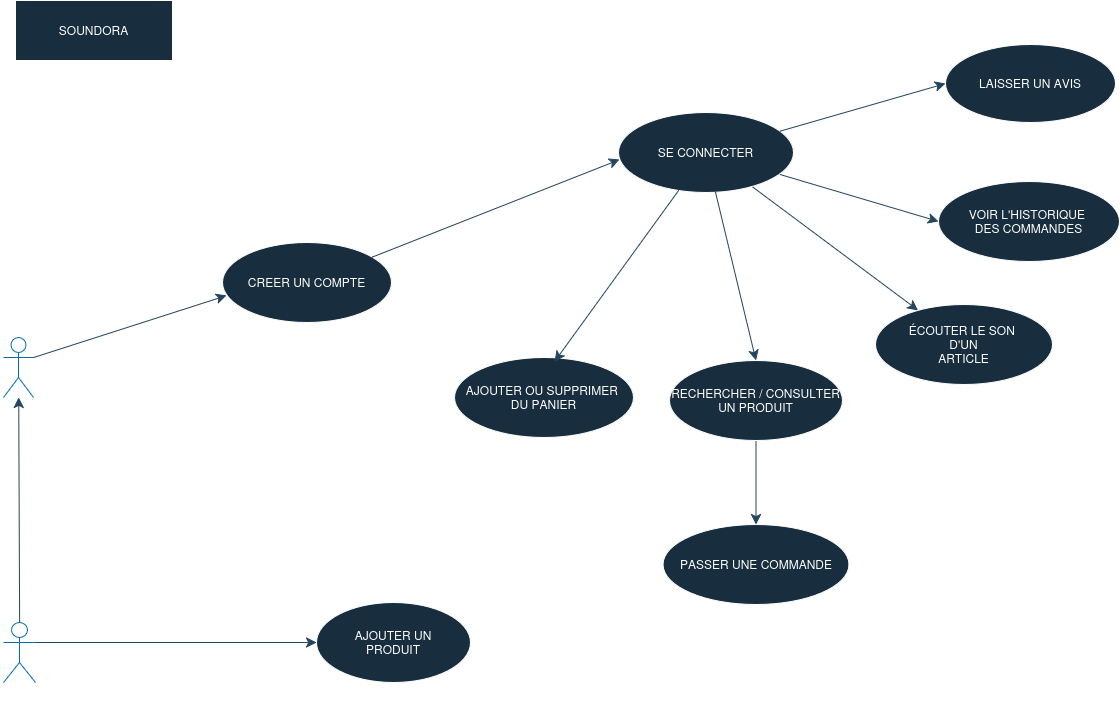
The draw.io diagram useCase SOUNDORA.drawio.png in Bast8313/soundora, before a commit. Source tidied: cells renumbered, new cells last; positions are measured from the earlier drawing's top-left corner, leaving out a move shared by most shapes.
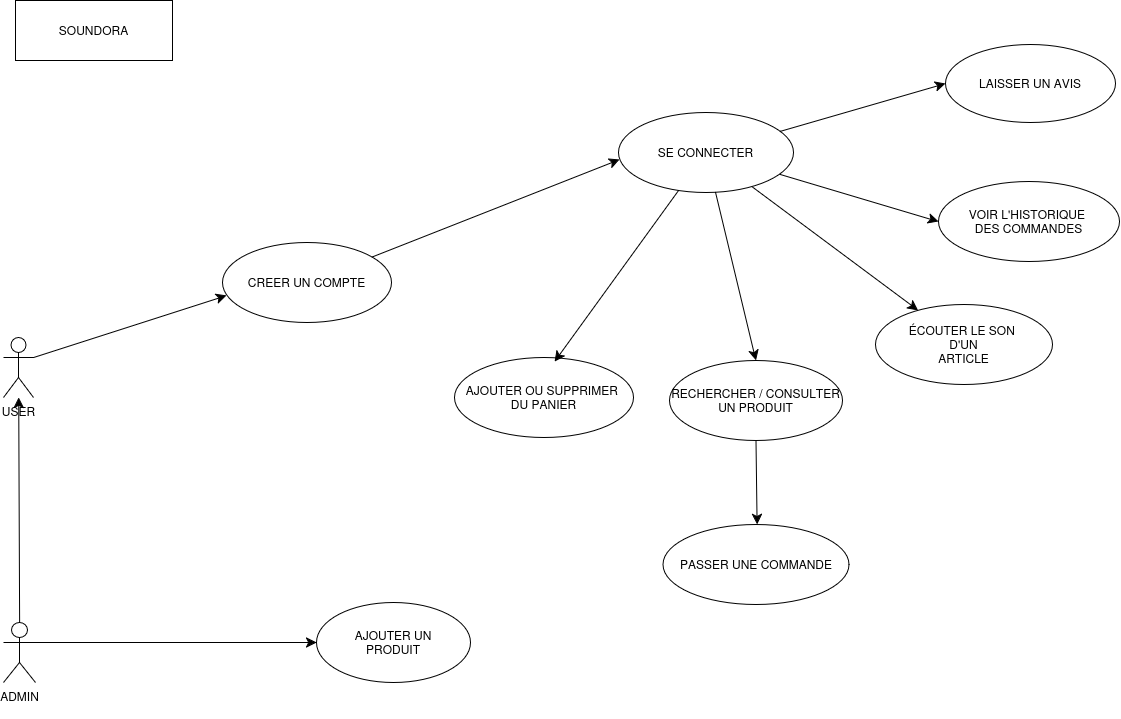
Above is the later version.

Commit message:
Mettre à jour useCase SOUNDORA.drawio.png

The edit, as a diff of the source:
```diff
@@ -2,82 +2,82 @@
   <root>
     <mxCell id="0" />
     <mxCell id="1" parent="0" />
-    <mxCell id="2" style="edgeStyle=none;curved=1;rounded=0;jettySize=auto;html=1;entryX=0.024;entryY=0.663;entryDx=0;entryDy=0;fontSize=12;startSize=8;endSize=8;entryPerimeter=0;exitX=1;exitY=0.3333333333333333;exitDx=0;exitDy=0;exitPerimeter=0;labelBackgroundColor=none;strokeColor=#23445D;fontColor=default;" parent="1" edge="1" source="3" target="5">
+    <mxCell id="2" style="edgeStyle=none;curved=1;rounded=0;jettySize=auto;html=1;entryX=0.024;entryY=0.663;entryDx=0;entryDy=0;fontSize=12;startSize=8;endSize=8;entryPerimeter=0;exitX=1;exitY=0.3333333333333333;exitDx=0;exitDy=0;exitPerimeter=0;labelBackgroundColor=none;fontColor=default;" parent="1" edge="1" source="3" target="5">
       <mxGeometry relative="1" as="geometry" />
     </mxCell>
-    <mxCell id="3" value="&lt;span&gt;USER&lt;/span&gt;" style="shape=umlActor;verticalLabelPosition=bottom;verticalAlign=top;html=1;outlineConnect=0;labelBackgroundColor=none;fillColor=none;strokeColor=#006EAF;fontColor=#ffffff;" parent="1" vertex="1">
+    <mxCell id="3" value="&lt;span&gt;USER&lt;/span&gt;" style="shape=umlActor;verticalLabelPosition=bottom;verticalAlign=top;html=1;outlineConnect=0;labelBackgroundColor=none;fillColor=none;" parent="1" vertex="1">
       <mxGeometry y="337" width="30" height="60" as="geometry" />
     </mxCell>
-    <mxCell id="4" value="&lt;div&gt;LAISSER UN AVIS&lt;/div&gt;" style="ellipse;whiteSpace=wrap;html=1;labelBackgroundColor=none;fillColor=#182E3E;strokeColor=#FFFFFF;fontColor=#FFFFFF;" parent="1" vertex="1">
+    <mxCell id="4" value="&lt;div&gt;LAISSER UN AVIS&lt;/div&gt;" style="ellipse;whiteSpace=wrap;html=1;labelBackgroundColor=none;" parent="1" vertex="1">
       <mxGeometry x="942" y="44" width="170" height="78" as="geometry" />
     </mxCell>
-    <mxCell id="5" value="CREER UN COMPTE" style="ellipse;whiteSpace=wrap;html=1;labelBackgroundColor=none;fillColor=#182E3E;strokeColor=#FFFFFF;fontColor=#FFFFFF;" parent="1" vertex="1">
+    <mxCell id="5" value="CREER UN COMPTE" style="ellipse;whiteSpace=wrap;html=1;labelBackgroundColor=none;" parent="1" vertex="1">
       <mxGeometry x="219" y="242" width="169" height="80" as="geometry" />
     </mxCell>
-    <mxCell id="6" style="edgeStyle=none;curved=1;rounded=0;jettySize=auto;html=1;fontSize=12;startSize=8;endSize=8;entryX=0;entryY=0.5;entryDx=0;entryDy=0;labelBackgroundColor=none;strokeColor=#23445D;fontColor=default;" parent="1" edge="1" source="8" target="16">
+    <mxCell id="6" style="edgeStyle=none;curved=1;rounded=0;jettySize=auto;html=1;fontSize=12;startSize=8;endSize=8;entryX=0;entryY=0.5;entryDx=0;entryDy=0;labelBackgroundColor=none;fontColor=default;" parent="1" edge="1" source="8" target="16">
       <mxGeometry relative="1" as="geometry" />
     </mxCell>
-    <mxCell id="7" style="edgeStyle=none;curved=1;rounded=0;jettySize=auto;html=1;strokeColor=#23445D;fontSize=12;startSize=8;endSize=8;" parent="1" edge="1" source="8" target="26">
+    <mxCell id="7" style="edgeStyle=none;curved=1;rounded=0;jettySize=auto;html=1;fontSize=12;startSize=8;endSize=8;labelBackgroundColor=none;fontColor=default;" parent="1" edge="1" source="8" target="26">
       <mxGeometry relative="1" as="geometry" />
     </mxCell>
-    <mxCell id="8" value="SE CONNECTER" style="ellipse;whiteSpace=wrap;html=1;labelBackgroundColor=none;fillColor=#182E3E;strokeColor=#FFFFFF;fontColor=#FFFFFF;" parent="1" vertex="1">
+    <mxCell id="8" value="SE CONNECTER" style="ellipse;whiteSpace=wrap;html=1;labelBackgroundColor=none;" parent="1" vertex="1">
       <mxGeometry x="615" y="112" width="175" height="80" as="geometry" />
     </mxCell>
-    <mxCell id="9" style="edgeStyle=none;curved=1;rounded=0;jettySize=auto;html=1;fontSize=12;startSize=8;endSize=8;exitX=0.5;exitY=1;exitDx=0;exitDy=0;labelBackgroundColor=none;strokeColor=#23445D;fontColor=default;" parent="1" edge="1" source="10" target="15">
+    <mxCell id="9" style="edgeStyle=none;curved=1;rounded=0;jettySize=auto;html=1;fontSize=12;startSize=8;endSize=8;exitX=0.5;exitY=1;exitDx=0;exitDy=0;labelBackgroundColor=none;fontColor=default;" parent="1" edge="1" source="10" target="15">
       <mxGeometry relative="1" as="geometry" />
     </mxCell>
-    <mxCell id="10" value="RECHERCHER / CONSULTER UN PRODUIT" style="ellipse;whiteSpace=wrap;html=1;labelBackgroundColor=none;fillColor=#182E3E;strokeColor=#FFFFFF;fontColor=#FFFFFF;" parent="1" vertex="1">
+    <mxCell id="10" value="RECHERCHER / CONSULTER UN PRODUIT" style="ellipse;whiteSpace=wrap;html=1;labelBackgroundColor=none;" parent="1" vertex="1">
       <mxGeometry x="666" y="360" width="173" height="80" as="geometry" />
     </mxCell>
-    <mxCell id="11" style="edgeStyle=none;curved=1;rounded=0;orthogonalLoop=1;jettySize=auto;html=1;exitX=0;exitY=0.5;exitDx=0;exitDy=0;fontSize=12;startSize=8;endSize=8;labelBackgroundColor=none;strokeColor=#23445D;fontColor=default;" parent="1" edge="1" source="8" target="8">
+    <mxCell id="11" style="edgeStyle=none;curved=1;rounded=0;orthogonalLoop=1;jettySize=auto;html=1;exitX=0;exitY=0.5;exitDx=0;exitDy=0;fontSize=12;startSize=8;endSize=8;labelBackgroundColor=none;fontColor=default;" parent="1" edge="1" source="8" target="8">
       <mxGeometry relative="1" as="geometry" />
     </mxCell>
-    <mxCell id="12" style="edgeStyle=none;curved=1;rounded=0;orthogonalLoop=1;jettySize=auto;html=1;exitX=0;exitY=0.5;exitDx=0;exitDy=0;fontSize=12;startSize=8;endSize=8;labelBackgroundColor=none;strokeColor=#23445D;fontColor=default;" parent="1" edge="1" source="8" target="8">
+    <mxCell id="12" style="edgeStyle=none;curved=1;rounded=0;orthogonalLoop=1;jettySize=auto;html=1;exitX=0;exitY=0.5;exitDx=0;exitDy=0;fontSize=12;startSize=8;endSize=8;labelBackgroundColor=none;fontColor=default;" parent="1" edge="1" source="8" target="8">
       <mxGeometry relative="1" as="geometry" />
     </mxCell>
-    <mxCell id="13" style="edgeStyle=none;curved=1;rounded=0;orthogonalLoop=1;jettySize=auto;html=1;exitX=1;exitY=0.5;exitDx=0;exitDy=0;fontSize=12;startSize=8;endSize=8;labelBackgroundColor=none;strokeColor=#23445D;fontColor=default;" parent="1" edge="1">
+    <mxCell id="13" style="edgeStyle=none;curved=1;rounded=0;orthogonalLoop=1;jettySize=auto;html=1;exitX=1;exitY=0.5;exitDx=0;exitDy=0;fontSize=12;startSize=8;endSize=8;labelBackgroundColor=none;fontColor=default;" parent="1" edge="1">
       <mxGeometry relative="1" as="geometry">
         <mxPoint x="814" y="357" as="sourcePoint" />
         <mxPoint x="814" y="357" as="targetPoint" />
       </mxGeometry>
     </mxCell>
-    <mxCell id="14" value="&lt;div&gt;AJOUTER OU SUPPRIMER&amp;nbsp;&lt;/div&gt;&lt;div&gt;DU PANIER&lt;/div&gt;" style="ellipse;whiteSpace=wrap;html=1;labelBackgroundColor=none;fillColor=#182E3E;strokeColor=#FFFFFF;fontColor=#FFFFFF;" parent="1" vertex="1">
+    <mxCell id="14" value="&lt;div&gt;AJOUTER OU SUPPRIMER&amp;nbsp;&lt;/div&gt;&lt;div&gt;DU PANIER&lt;/div&gt;" style="ellipse;whiteSpace=wrap;html=1;labelBackgroundColor=none;" parent="1" vertex="1">
       <mxGeometry x="451" y="357" width="179" height="80" as="geometry" />
     </mxCell>
-    <mxCell id="15" value="PASSER UNE COMMANDE" style="ellipse;whiteSpace=wrap;html=1;labelBackgroundColor=none;fillColor=#182E3E;strokeColor=#FFFFFF;fontColor=#FFFFFF;" parent="1" vertex="1">
+    <mxCell id="15" value="PASSER UNE COMMANDE" style="ellipse;whiteSpace=wrap;html=1;labelBackgroundColor=none;" parent="1" vertex="1">
       <mxGeometry x="659.5" y="524" width="186" height="80" as="geometry" />
     </mxCell>
-    <mxCell id="16" value="&lt;div&gt;VOIR L'HISTORIQUE&amp;nbsp;&lt;/div&gt;&lt;div&gt;DES COMMANDES&lt;/div&gt;" style="ellipse;whiteSpace=wrap;html=1;labelBackgroundColor=none;fillColor=#182E3E;strokeColor=#FFFFFF;fontColor=#FFFFFF;" parent="1" vertex="1">
+    <mxCell id="16" value="&lt;div&gt;VOIR L'HISTORIQUE&amp;nbsp;&lt;/div&gt;&lt;div&gt;DES COMMANDES&lt;/div&gt;" style="ellipse;whiteSpace=wrap;html=1;labelBackgroundColor=none;" parent="1" vertex="1">
       <mxGeometry x="935" y="181" width="181" height="80" as="geometry" />
     </mxCell>
-    <mxCell id="17" value="&lt;div&gt;SOUNDORA&lt;/div&gt;" style="rounded=0;whiteSpace=wrap;html=1;labelBackgroundColor=none;fillColor=light-dark(#182E3E,#434B50);strokeColor=#FFFFFF;fontColor=#FFFFFF;" parent="1" vertex="1">
+    <mxCell id="17" value="&lt;div&gt;SOUNDORA&lt;/div&gt;" style="rounded=0;whiteSpace=wrap;html=1;labelBackgroundColor=none;" parent="1" vertex="1">
       <mxGeometry x="12" width="157" height="60" as="geometry" />
     </mxCell>
-    <mxCell id="18" style="edgeStyle=none;curved=1;rounded=0;jettySize=auto;html=1;entryX=0;entryY=0.5;entryDx=0;entryDy=0;fontSize=12;startSize=8;endSize=8;exitX=1;exitY=0.3333333333333333;exitDx=0;exitDy=0;exitPerimeter=0;labelBackgroundColor=none;strokeColor=#23445D;fontColor=default;" parent="1" edge="1" source="20" target="21">
+    <mxCell id="18" style="edgeStyle=none;curved=1;rounded=0;jettySize=auto;html=1;entryX=0;entryY=0.5;entryDx=0;entryDy=0;fontSize=12;startSize=8;endSize=8;exitX=1;exitY=0.3333333333333333;exitDx=0;exitDy=0;exitPerimeter=0;labelBackgroundColor=none;fontColor=default;" parent="1" edge="1" source="20" target="21">
       <mxGeometry relative="1" as="geometry" />
     </mxCell>
-    <mxCell id="19" style="edgeStyle=none;curved=1;rounded=0;jettySize=auto;html=1;exitX=0.5;exitY=0;exitDx=0;exitDy=0;exitPerimeter=0;fontSize=12;startSize=8;endSize=8;labelBackgroundColor=none;strokeColor=#23445D;fontColor=default;" parent="1" edge="1" source="20" target="3">
+    <mxCell id="19" style="edgeStyle=none;curved=1;rounded=0;jettySize=auto;html=1;exitX=0.5;exitY=0;exitDx=0;exitDy=0;exitPerimeter=0;fontSize=12;startSize=8;endSize=8;labelBackgroundColor=none;fontColor=default;" parent="1" edge="1" source="20" target="3">
       <mxGeometry relative="1" as="geometry" />
     </mxCell>
-    <mxCell id="20" value="&lt;div&gt;ADMIN&lt;/div&gt;&lt;div&gt;&lt;br&gt;&lt;/div&gt;" style="shape=umlActor;verticalLabelPosition=bottom;verticalAlign=top;html=1;outlineConnect=0;labelBackgroundColor=none;fillColor=none;strokeColor=#006EAF;fontColor=#ffffff;" parent="1" vertex="1">
+    <mxCell id="20" value="&lt;div&gt;ADMIN&lt;/div&gt;&lt;div&gt;&lt;br&gt;&lt;/div&gt;" style="shape=umlActor;verticalLabelPosition=bottom;verticalAlign=top;html=1;outlineConnect=0;labelBackgroundColor=none;fillColor=none;" parent="1" vertex="1">
       <mxGeometry y="622" width="32" height="60" as="geometry" />
     </mxCell>
-    <mxCell id="21" value="&lt;div&gt;AJOUTER UN&lt;/div&gt;&lt;div&gt;PRODUIT&lt;/div&gt;" style="ellipse;whiteSpace=wrap;html=1;labelBackgroundColor=none;fillColor=#182E3E;strokeColor=#FFFFFF;fontColor=#FFFFFF;" parent="1" vertex="1">
+    <mxCell id="21" value="&lt;div&gt;AJOUTER UN&lt;/div&gt;&lt;div&gt;PRODUIT&lt;/div&gt;" style="ellipse;whiteSpace=wrap;html=1;labelBackgroundColor=none;" parent="1" vertex="1">
       <mxGeometry x="313" y="602" width="154" height="80" as="geometry" />
     </mxCell>
-    <mxCell id="22" style="edgeStyle=none;curved=1;rounded=0;jettySize=auto;html=1;entryX=0.006;entryY=0.588;entryDx=0;entryDy=0;entryPerimeter=0;fontSize=12;startSize=8;endSize=8;labelBackgroundColor=none;strokeColor=#23445D;fontColor=default;" parent="1" edge="1" source="5" target="8">
+    <mxCell id="22" style="edgeStyle=none;curved=1;rounded=0;jettySize=auto;html=1;entryX=0.006;entryY=0.588;entryDx=0;entryDy=0;entryPerimeter=0;fontSize=12;startSize=8;endSize=8;labelBackgroundColor=none;fontColor=default;" parent="1" edge="1" source="5" target="8">
       <mxGeometry relative="1" as="geometry" />
     </mxCell>
-    <mxCell id="23" style="edgeStyle=none;curved=1;rounded=0;jettySize=auto;html=1;entryX=0.5;entryY=0;entryDx=0;entryDy=0;fontSize=12;startSize=8;endSize=8;labelBackgroundColor=none;strokeColor=#23445D;fontColor=default;" parent="1" edge="1" source="8" target="10">
+    <mxCell id="23" style="edgeStyle=none;curved=1;rounded=0;jettySize=auto;html=1;entryX=0.5;entryY=0;entryDx=0;entryDy=0;fontSize=12;startSize=8;endSize=8;labelBackgroundColor=none;fontColor=default;" parent="1" edge="1" source="8" target="10">
       <mxGeometry relative="1" as="geometry" />
     </mxCell>
-    <mxCell id="24" style="edgeStyle=none;curved=1;rounded=0;jettySize=auto;html=1;entryX=0;entryY=0.5;entryDx=0;entryDy=0;fontSize=12;startSize=8;endSize=8;labelBackgroundColor=none;strokeColor=#23445D;fontColor=default;" parent="1" edge="1" source="8" target="4">
+    <mxCell id="24" style="edgeStyle=none;curved=1;rounded=0;jettySize=auto;html=1;entryX=0;entryY=0.5;entryDx=0;entryDy=0;fontSize=12;startSize=8;endSize=8;labelBackgroundColor=none;fontColor=default;" parent="1" edge="1" source="8" target="4">
       <mxGeometry relative="1" as="geometry" />
     </mxCell>
-    <mxCell id="25" style="edgeStyle=none;curved=1;rounded=0;jettySize=auto;html=1;entryX=0.559;entryY=0.05;entryDx=0;entryDy=0;entryPerimeter=0;fontSize=12;startSize=8;endSize=8;labelBackgroundColor=none;strokeColor=#23445D;fontColor=default;" parent="1" edge="1" source="8" target="14">
+    <mxCell id="25" style="edgeStyle=none;curved=1;rounded=0;jettySize=auto;html=1;entryX=0.559;entryY=0.05;entryDx=0;entryDy=0;entryPerimeter=0;fontSize=12;startSize=8;endSize=8;labelBackgroundColor=none;fontColor=default;" parent="1" edge="1" source="8" target="14">
       <mxGeometry relative="1" as="geometry" />
     </mxCell>
-    <mxCell id="26" value="&lt;div&gt;&lt;br&gt;&lt;/div&gt;&lt;div&gt;ÉCOUTER LE SON&amp;nbsp;&lt;/div&gt;&lt;div&gt;D'UN&lt;/div&gt;&lt;div&gt;ARTICLE&lt;/div&gt;&lt;div&gt;&lt;br&gt;&lt;/div&gt;" style="ellipse;whiteSpace=wrap;html=1;strokeColor=#FFFFFF;fontColor=#FFFFFF;fillColor=#182E3E;" parent="1" vertex="1">
+    <mxCell id="26" value="&lt;div&gt;&lt;br&gt;&lt;/div&gt;&lt;div&gt;ÉCOUTER LE SON&amp;nbsp;&lt;/div&gt;&lt;div&gt;D'UN&lt;/div&gt;&lt;div&gt;ARTICLE&lt;/div&gt;&lt;div&gt;&lt;br&gt;&lt;/div&gt;" style="ellipse;whiteSpace=wrap;html=1;labelBackgroundColor=none;" parent="1" vertex="1">
       <mxGeometry x="872" y="304" width="177" height="80" as="geometry" />
     </mxCell>
   </root>
```
